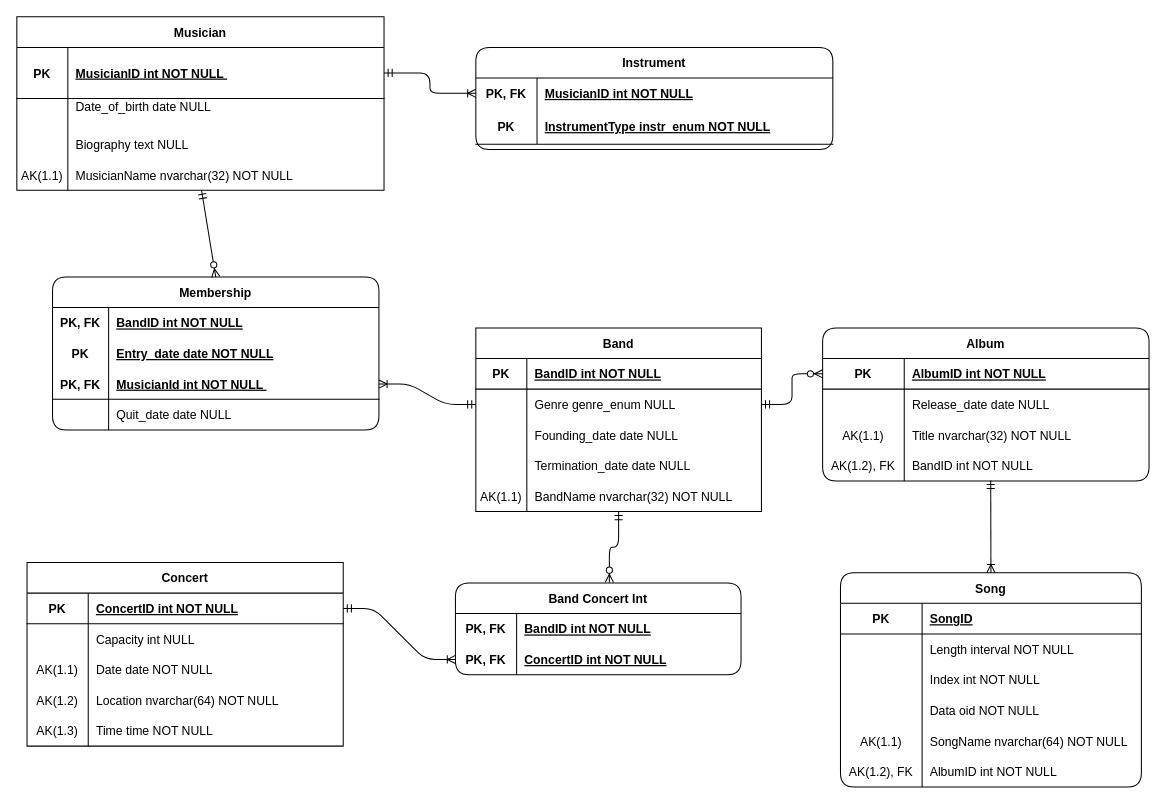
frussian/MusicStreaming keeps this draw.io diagram as music ver 2.drawio. Above is the earlier version. Source tidied: cells renumbered, new cells numbered last; positions are measured from the earlier drawing's top-left corner, leaving out a move shared by most shapes. Both pictures are drawn from the tidied source at 102%, with x=0, y=0 at pixel (16, 16).
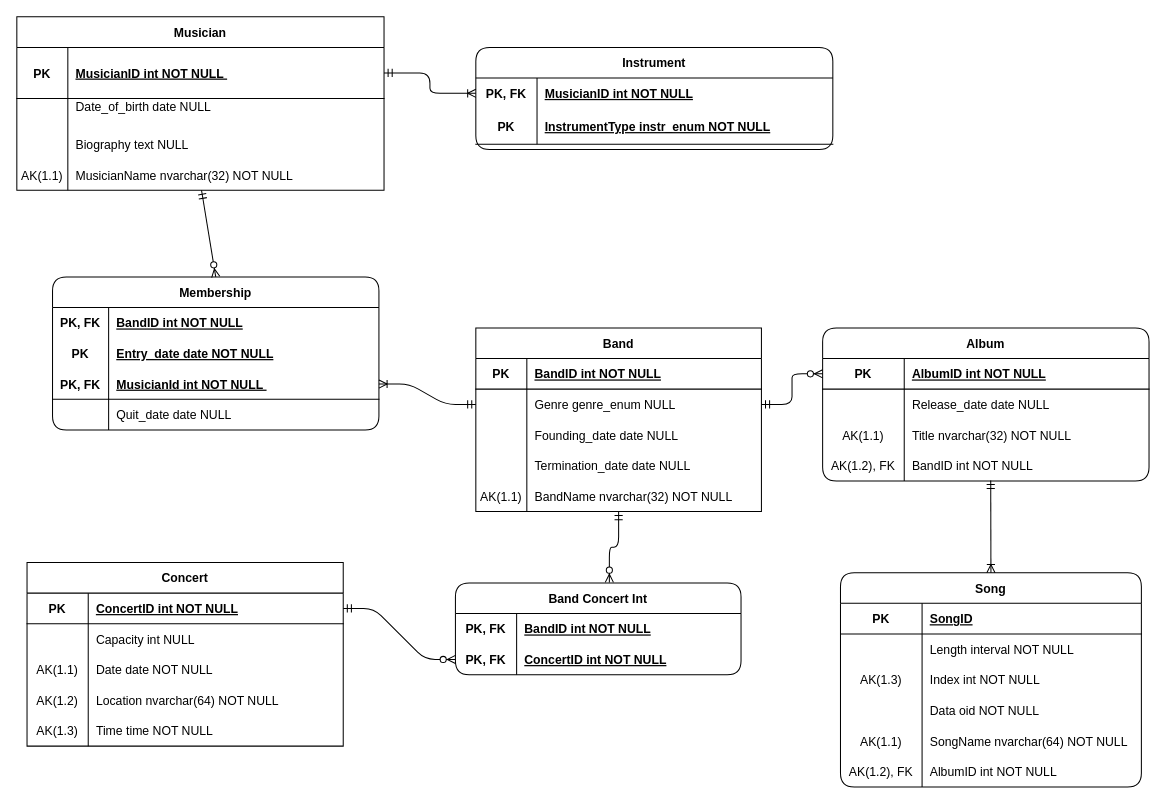
The same diagram, later.

The change refers to these unchanged cells:
```xml
<mxCell id="55" style="shape=partialRectangle;fillColor=none;top=0;left=0;bottom=1;right=0;points=[[0,0.5],[1,0.5]];portConstraint=eastwest;" parent="54" vertex="1">
  <mxGeometry y="30" width="310" height="30" as="geometry" />
</mxCell>
<mxCell id="74" style="shape=partialRectangle;fillColor=none;top=0;left=0;bottom=0;right=0;points=[[0,0.5],[1,0.5]];portConstraint=eastwest;" parent="70" vertex="1">
  <mxGeometry y="60" width="280" height="30" as="geometry" />
</mxCell>
<mxCell id="100" style="shape=tableRow;horizontal=0;startSize=0;swimlaneHead=0;swimlaneBody=0;fillColor=none;top=0;left=0;right=0;bottom=0;shadow=0;labelBackgroundColor=none;labelBorderColor=none;fontColor=default;html=0;" parent="93" vertex="1">
  <mxGeometry y="90" width="295" height="30" as="geometry" />
</mxCell>
```

Change to the diagram source:
```diff
@@
-    <mxCell id="92" style="edgeStyle=entityRelationEdgeStyle;fontSize=12;html=1;endArrow=ERoneToMany;startArrow=ERmandOne;entryX=0;entryY=0.5;entryDx=0;entryDy=0;exitX=1;exitY=0.5;exitDx=0;exitDy=0;" parent="1" edge="1" source="55" target="74">
+    <mxCell id="92" style="edgeStyle=entityRelationEdgeStyle;fontSize=12;html=1;endArrow=ERzeroToMany;startArrow=ERmandOne;entryX=0;entryY=0.5;entryDx=0;entryDy=0;exitX=1;exitY=0.5;exitDx=0;exitDy=0;" parent="1" edge="1" source="55" target="74">
       <mxGeometry relative="1" as="geometry" />
     </mxCell>
@@
-    <mxCell id="101" style="shape=partialRectangle;fillColor=none;top=0;left=0;bottom=0;right=0;overflow=hidden;shadow=0;labelBackgroundColor=none;labelBorderColor=none;fontColor=default;html=0;" parent="100" vertex="1">
+    <mxCell id="101" value="AK(1.3)" style="shape=partialRectangle;fillColor=none;top=0;left=0;bottom=0;right=0;overflow=hidden;shadow=0;labelBackgroundColor=none;labelBorderColor=none;fontColor=default;html=0;" parent="100" vertex="1">
       <mxGeometry width="80" height="30" as="geometry" />
     </mxCell>
```
